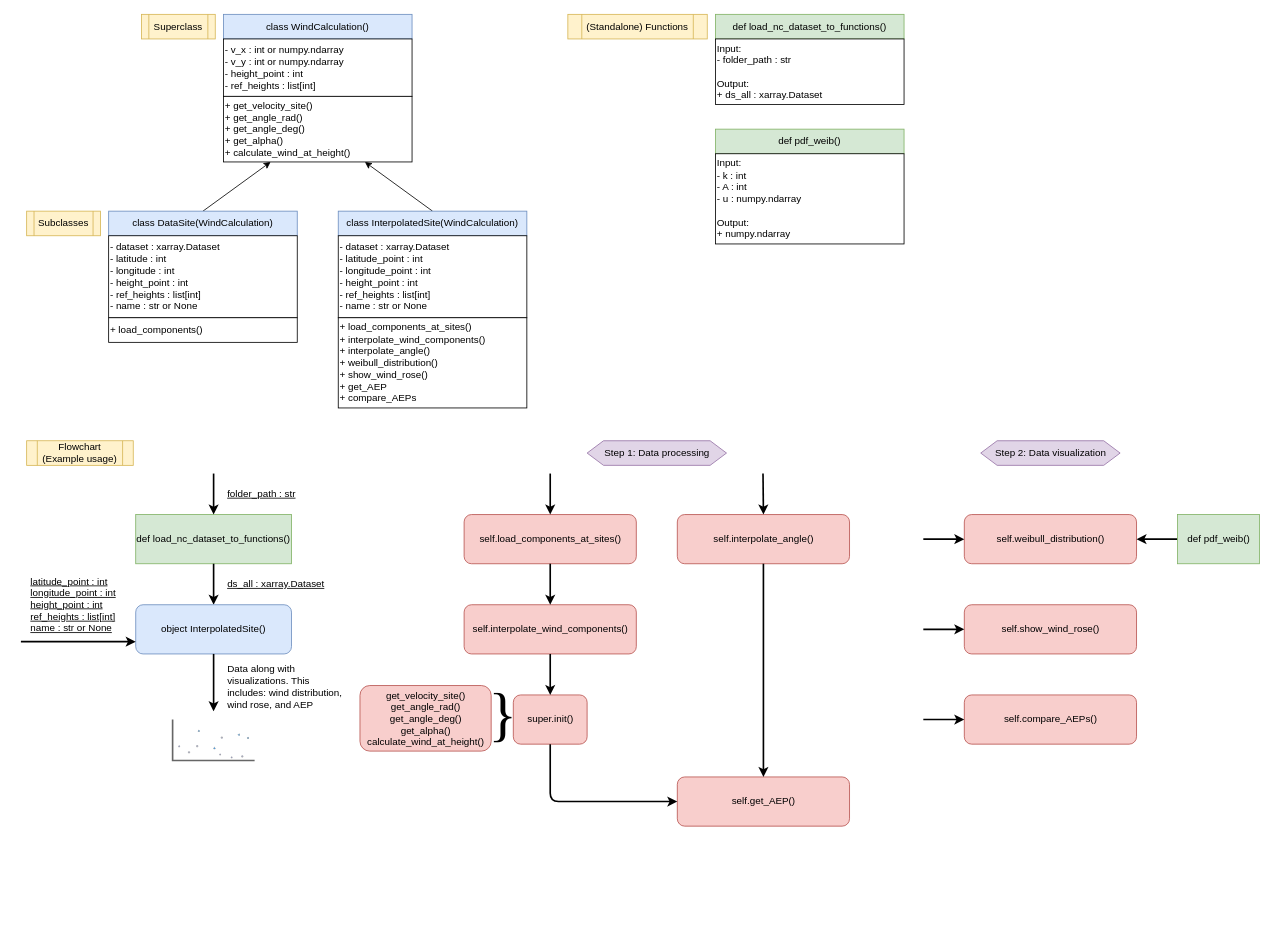
DTUWindEducation/final-project-grustlers keeps this draw.io diagram as FunctionDiagram.drawio. Above is the earlier version. Source tidied: cells renumbered, new cells numbered last; positions are measured from the earlier drawing's top-left corner, leaving out a move shared by most shapes. Both pictures are drawn from the tidied source at 82%, with x=0, y=0 at pixel (20, 14).
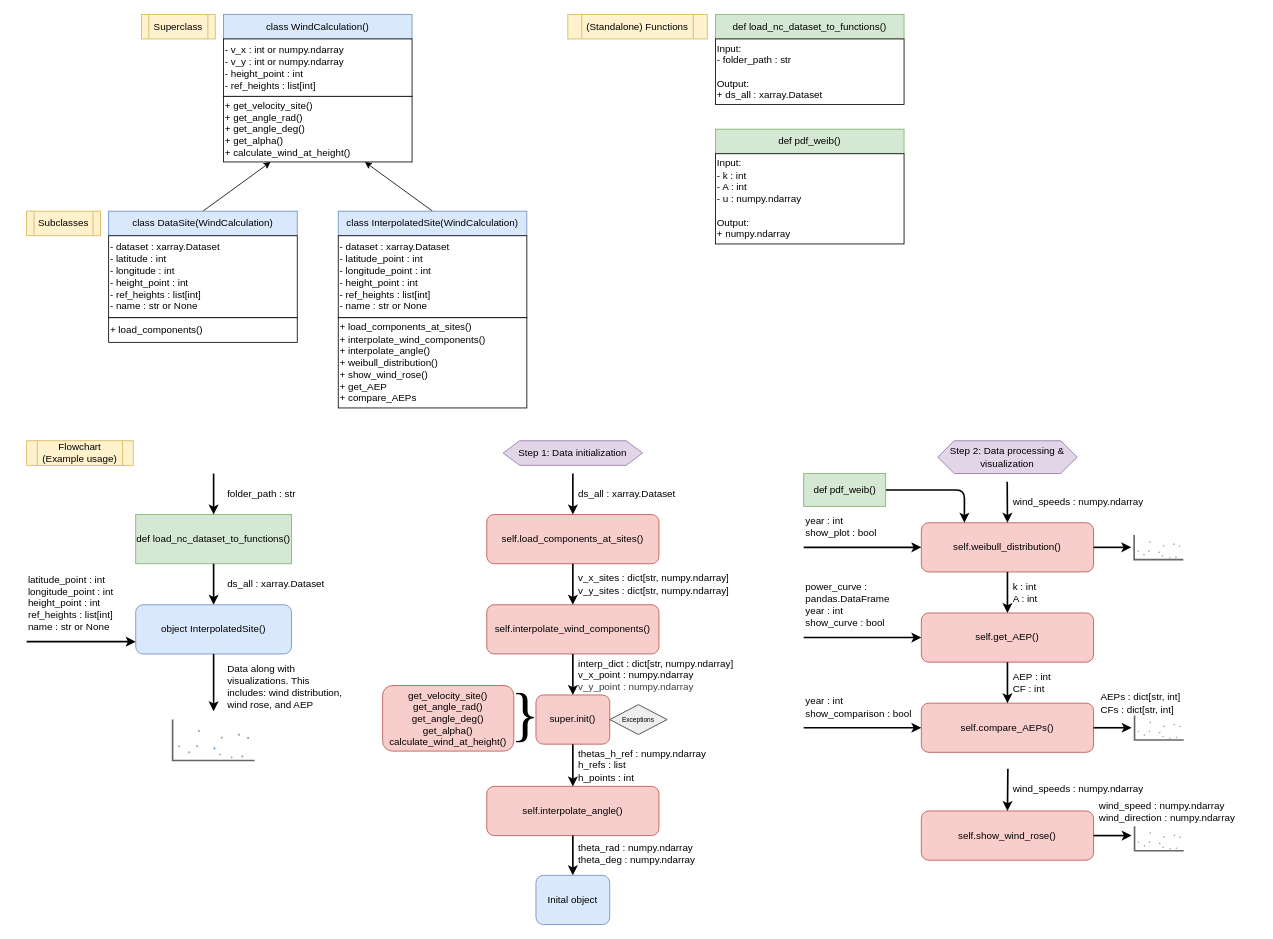
The same page after the edit.

Commit message (it also covers changes not shown here):
Finished example usage flowchart (still missing exceptions)

Unchanged cells that the change refers to:
```xml
<mxCell id="26" value="object InterpolatedSite()" style="rounded=1;whiteSpace=wrap;html=1;fillColor=#dae8fc;strokeColor=#6c8ebf;" parent="1" vertex="1">
  <mxGeometry x="140" y="720" width="190" height="60" as="geometry" />
</mxCell>
```

What changed in the source:
```diff
@@
-    <mxCell id="23" value="&lt;u&gt;folder_path : str&lt;/u&gt;" style="text;html=1;align=left;verticalAlign=middle;whiteSpace=wrap;rounded=0;" parent="1" vertex="1">
+    <mxCell id="23" value="folder_path : str" style="text;html=1;align=left;verticalAlign=middle;whiteSpace=wrap;rounded=0;" parent="1" vertex="1">
       <mxGeometry x="250" y="570" width="150" height="30" as="geometry" />
     </mxCell>
@@
-    <mxCell id="25" value="&lt;u&gt;ds_all : xarray.Dataset&lt;/u&gt;" style="text;html=1;align=left;verticalAlign=middle;whiteSpace=wrap;rounded=0;" parent="1" vertex="1">
+    <mxCell id="25" value="ds_all : xarray.Dataset" style="text;html=1;align=left;verticalAlign=middle;whiteSpace=wrap;rounded=0;" parent="1" vertex="1">
       <mxGeometry x="250" y="680" width="150" height="30" as="geometry" />
     </mxCell>
@@
     <mxCell id="27" style="endArrow=classic;html=1;entryX=0;entryY=0.75;entryDx=0;entryDy=0;strokeWidth=2;" parent="1" edge="1" target="26">
       <mxGeometry relative="1" as="geometry">
-        <mxPoint y="765" as="sourcePoint" />
+        <mxPoint x="7" y="765" as="sourcePoint" />
       </mxGeometry>
     </mxCell>
-    <mxCell id="28" value="&lt;div style=&quot;&quot;&gt;&lt;u&gt;latitude_point : int&lt;/u&gt;&lt;/div&gt;&lt;div style=&quot;&quot;&gt;&lt;u&gt;longitude_point : int&lt;/u&gt;&lt;/div&gt;&lt;span style=&quot;background-color: transparent;&quot;&gt;&lt;u&gt;height_point : int&lt;/u&gt;&lt;/span&gt;&lt;div style=&quot;&quot;&gt;&lt;u&gt;ref_heights : list[int]&lt;/u&gt;&lt;/div&gt;&lt;div style=&quot;&quot;&gt;&lt;u&gt;name : str or None&lt;/u&gt;&lt;/div&gt;" style="text;html=1;align=left;verticalAlign=middle;whiteSpace=wrap;rounded=0;" parent="1" vertex="1">
-      <mxGeometry x="10" y="680" width="120" height="80" as="geometry" />
-    </mxCell>
@@
     <mxCell id="32" value="self.load_components_at_sites()" style="rounded=1;whiteSpace=wrap;html=1;fillColor=#f8cecc;strokeColor=#b85450;" parent="1" vertex="1">
-      <mxGeometry x="540.5" y="610" width="210" height="60" as="geometry" />
+      <mxGeometry x="568.1" y="610" width="210" height="60" as="geometry" />
     </mxCell>
     <mxCell id="33" value="self.interpolate_wind_components()" style="rounded=1;whiteSpace=wrap;html=1;fillColor=#f8cecc;strokeColor=#b85450;" parent="1" vertex="1">
-      <mxGeometry x="540.5" y="720" width="210" height="60" as="geometry" />
+      <mxGeometry x="568.1" y="720" width="210" height="60" as="geometry" />
     </mxCell>
     <mxCell id="34" value="super.init()" style="rounded=1;whiteSpace=wrap;html=1;fillColor=#f8cecc;strokeColor=#b85450;" parent="1" vertex="1">
-      <mxGeometry x="600.5" y="830" width="90" height="60" as="geometry" />
+      <mxGeometry x="628.1" y="830" width="90" height="60" as="geometry" />
     </mxCell>
     <mxCell id="35" value="self.interpolate_angle()" style="rounded=1;whiteSpace=wrap;html=1;fillColor=#f8cecc;strokeColor=#b85450;" parent="1" vertex="1">
-      <mxGeometry x="800.5" y="610" width="210" height="60" as="geometry" />
+      <mxGeometry x="568.1" y="941.5" width="210" height="60" as="geometry" />
     </mxCell>
     <mxCell id="36" value="self.weibull_distribution()" style="rounded=1;whiteSpace=wrap;html=1;fillColor=#f8cecc;strokeColor=#b85450;" parent="1" vertex="1">
-      <mxGeometry x="1150.5" y="610" width="210" height="60" as="geometry" />
+      <mxGeometry x="1098.1" y="620" width="210" height="60" as="geometry" />
     </mxCell>
     <mxCell id="37" value="self.get_AEP()" style="rounded=1;whiteSpace=wrap;html=1;fillColor=#f8cecc;strokeColor=#b85450;" parent="1" vertex="1">
-      <mxGeometry x="800.5" y="930" width="210" height="60" as="geometry" />
+      <mxGeometry x="1098.1" y="730" width="210" height="60" as="geometry" />
     </mxCell>
     <mxCell id="38" value="self.compare_AEPs()" style="rounded=1;whiteSpace=wrap;html=1;fillColor=#f8cecc;strokeColor=#b85450;" parent="1" vertex="1">
-      <mxGeometry x="1150.5" y="830" width="210" height="60" as="geometry" />
+      <mxGeometry x="1098.1" y="840" width="210" height="60" as="geometry" />
     </mxCell>
     <mxCell id="39" value="self.show_wind_rose()" style="rounded=1;whiteSpace=wrap;html=1;fillColor=#f8cecc;strokeColor=#b85450;" parent="1" vertex="1">
-      <mxGeometry x="1150.5" y="720" width="210" height="60" as="geometry" />
+      <mxGeometry x="1098.1" y="971.5" width="210" height="60" as="geometry" />
     </mxCell>
-    <mxCell id="40" value="Step 1: Data processing" style="shape=hexagon;perimeter=hexagonPerimeter2;whiteSpace=wrap;html=1;fixedSize=1;fillColor=#e1d5e7;strokeColor=#9673a6;" parent="1" vertex="1">
-      <mxGeometry x="690.5" y="520" width="170" height="30" as="geometry" />
+    <mxCell id="40" value="Step 1: Data initialization" style="shape=hexagon;perimeter=hexagonPerimeter2;whiteSpace=wrap;html=1;fixedSize=1;fillColor=#e1d5e7;strokeColor=#9673a6;" parent="1" vertex="1">
+      <mxGeometry x="588.1" y="520" width="170" height="30" as="geometry" />
     </mxCell>
-    <mxCell id="41" value="Step 2: Data visualization" style="shape=hexagon;perimeter=hexagonPerimeter2;whiteSpace=wrap;html=1;fixedSize=1;fillColor=#e1d5e7;strokeColor=#9673a6;" parent="1" vertex="1">
-      <mxGeometry x="1170.5" y="520" width="170" height="30" as="geometry" />
+    <mxCell id="41" value="Step 2: Data processing &amp;amp; visualization" style="shape=hexagon;perimeter=hexagonPerimeter2;whiteSpace=wrap;html=1;fixedSize=1;fillColor=#e1d5e7;strokeColor=#9673a6;" parent="1" vertex="1">
+      <mxGeometry x="1118.1" y="520" width="170" height="40" as="geometry" />
     </mxCell>
-    <mxCell id="42" style="endArrow=classic;html=1;strokeWidth=2;exitX=0.5;exitY=1;exitDx=0;exitDy=0;entryX=0;entryY=0.5;entryDx=0;entryDy=0;" parent="1" edge="1" source="34" target="37">
-      <mxGeometry relative="1" as="geometry">
-        <Array as="points">
-          <mxPoint x="645.5" y="960" />
-        </Array>
-      </mxGeometry>
+    <mxCell id="42" style="endArrow=classic;html=1;strokeWidth=2;exitX=0.5;exitY=1;exitDx=0;exitDy=0;entryX=0.5;entryY=0;entryDx=0;entryDy=0;" parent="1" edge="1" source="34" target="35">
+      <mxGeometry relative="1" as="geometry" />
     </mxCell>
-    <mxCell id="43" style="endArrow=classic;html=1;strokeWidth=2;exitX=0.5;exitY=1;exitDx=0;exitDy=0;entryX=0.5;entryY=0;entryDx=0;entryDy=0;" parent="1" edge="1" source="35" target="37">
+    <mxCell id="43" style="endArrow=classic;html=1;strokeWidth=2;exitX=0.5;exitY=1;exitDx=0;exitDy=0;entryX=0.5;entryY=0;entryDx=0;entryDy=0;" parent="1" edge="1" source="35" target="58">
       <mxGeometry relative="1" as="geometry" />
     </mxCell>
     <mxCell id="44" style="endArrow=classic;html=1;entryX=0.5;entryY=0;entryDx=0;entryDy=0;strokeWidth=2;" parent="1" edge="1" target="32">
       <mxGeometry relative="1" as="geometry">
-        <mxPoint x="645.5" y="560" as="sourcePoint" />
+        <mxPoint x="673.1" y="560" as="sourcePoint" />
       </mxGeometry>
     </mxCell>
-    <mxCell id="45" style="endArrow=classic;html=1;entryX=0.5;entryY=0;entryDx=0;entryDy=0;strokeWidth=2;" parent="1" edge="1" target="35">
-      <mxGeometry relative="1" as="geometry">
-        <mxPoint x="905" y="560" as="sourcePoint" />
-      </mxGeometry>
-    </mxCell>
@@
     <mxCell id="48" style="endArrow=classic;html=1;entryX=0;entryY=0.5;entryDx=0;entryDy=0;strokeWidth=2;" parent="1" edge="1" target="36">
       <mxGeometry relative="1" as="geometry">
-        <mxPoint x="1100.5" y="640" as="sourcePoint" />
+        <mxPoint x="954.6" y="650" as="sourcePoint" />
       </mxGeometry>
     </mxCell>
-    <mxCell id="49" style="endArrow=classic;html=1;entryX=0;entryY=0.5;entryDx=0;entryDy=0;strokeWidth=2;" parent="1" edge="1" target="39">
+    <mxCell id="49" style="endArrow=classic;html=1;strokeWidth=2;exitX=1;exitY=0.5;exitDx=0;exitDy=0;" parent="1" edge="1" source="39">
       <mxGeometry relative="1" as="geometry">
-        <mxPoint x="1100.5" y="750" as="sourcePoint" />
+        <mxPoint x="1354.6" y="1001.5" as="targetPoint" />
       </mxGeometry>
     </mxCell>
     <mxCell id="50" style="endArrow=classic;html=1;entryX=0;entryY=0.5;entryDx=0;entryDy=0;strokeWidth=2;" parent="1" edge="1" target="38">
       <mxGeometry relative="1" as="geometry">
-        <mxPoint x="1100.5" y="860" as="sourcePoint" />
+        <mxPoint x="954.6" y="870" as="sourcePoint" />
       </mxGeometry>
     </mxCell>
-    <mxCell id="51" style="endArrow=classic;html=1;entryX=1;entryY=0.5;entryDx=0;entryDy=0;strokeWidth=2;exitX=0;exitY=0.5;exitDx=0;exitDy=0;" parent="1" edge="1" source="52" target="36">
-      <mxGeometry relative="1" as="geometry" />
+    <mxCell id="51" style="endArrow=classic;html=1;entryX=0.25;entryY=0;entryDx=0;entryDy=0;strokeWidth=2;exitX=1;exitY=0.5;exitDx=0;exitDy=0;" parent="1" edge="1" source="52" target="36">
+      <mxGeometry relative="1" as="geometry">
+        <Array as="points">
+          <mxPoint x="1150.6" y="580" />
+        </Array>
+      </mxGeometry>
     </mxCell>
     <mxCell id="52" value="def pdf_weib()" style="rounded=0;whiteSpace=wrap;html=1;fillColor=#d5e8d4;strokeColor=#82b366;" parent="1" vertex="1">
-      <mxGeometry x="1410.5" y="610" width="100" height="60" as="geometry" />
+      <mxGeometry x="954.6" y="560" width="100" height="40" as="geometry" />
     </mxCell>
     <mxCell id="53" value="&lt;span style=&quot;color: rgb(0, 0, 0);&quot;&gt;get_velocity_site()&lt;/span&gt;&lt;div style=&quot;&quot;&gt;get_angle_rad()&lt;/div&gt;&lt;div style=&quot;&quot;&gt;get_angle_deg()&lt;/div&gt;&lt;div style=&quot;&quot;&gt;get_alpha()&lt;/div&gt;&lt;div style=&quot;&quot;&gt;calculate_wind_at_height()&lt;/div&gt;" style="rounded=1;whiteSpace=wrap;html=1;fillColor=#f8cecc;strokeColor=#b85450;align=center;" parent="1" vertex="1">
-      <mxGeometry x="413.5" y="818.5" width="160" height="80" as="geometry" />
+      <mxGeometry x="441.1" y="818.5" width="160" height="80" as="geometry" />
     </mxCell>
     <mxCell id="54" value="&lt;font style=&quot;font-size: 72px;&quot;&gt;}&lt;/font&gt;" style="text;html=1;align=center;verticalAlign=middle;whiteSpace=wrap;rounded=0;fontStyle=0;fontFamily=Times New Roman;" parent="1" vertex="1">
-      <mxGeometry x="557.5" y="813.5" width="60" height="80" as="geometry" />
+      <mxGeometry x="585.1" y="813.5" width="60" height="80" as="geometry" />
     </mxCell>
+    <mxCell id="55" value="v_x_sites : dict[str, numpy.ndarray]&lt;div&gt;v_y_sites : dict[str, numpy.ndarray]&lt;u&gt;&lt;/u&gt;&lt;/div&gt;" style="text;html=1;align=left;verticalAlign=middle;whiteSpace=wrap;rounded=0;" parent="1" vertex="1">
+      <mxGeometry x="678.1" y="680" width="186.5" height="30" as="geometry" />
+    </mxCell>
+    <mxCell id="56" value="interp_dict : dict[str, numpy.ndarray]&lt;div&gt;v_x_point : numpy.ndarray&lt;/div&gt;&lt;div&gt;&lt;span style=&quot;color: rgb(63, 63, 63);&quot;&gt;v_y_point : numpy.ndarray&lt;/span&gt;&lt;u&gt;&lt;/u&gt;&lt;/div&gt;" style="text;html=1;align=left;verticalAlign=middle;whiteSpace=wrap;rounded=0;" parent="1" vertex="1">
+      <mxGeometry x="678.1" y="780" width="196.5" height="51.5" as="geometry" />
+    </mxCell>
+    <mxCell id="57" style="endArrow=classic;html=1;entryX=0.5;entryY=0;entryDx=0;entryDy=0;strokeWidth=2;exitX=0.5;exitY=1;exitDx=0;exitDy=0;" parent="1" edge="1" source="36" target="37">
+      <mxGeometry relative="1" as="geometry" />
+    </mxCell>
+    <mxCell id="58" value="Inital object" style="rounded=1;whiteSpace=wrap;html=1;fillColor=#dae8fc;strokeColor=#6c8ebf;" parent="1" vertex="1">
+      <mxGeometry x="628.1" y="1050" width="90" height="60" as="geometry" />
+    </mxCell>
+    <mxCell id="59" style="endArrow=classic;html=1;strokeWidth=2;exitX=0.5;exitY=1;exitDx=0;exitDy=0;entryX=0.5;entryY=0;entryDx=0;entryDy=0;" parent="1" edge="1" source="37" target="38">
+      <mxGeometry relative="1" as="geometry" />
+    </mxCell>
+    <mxCell id="60" style="endArrow=classic;html=1;strokeWidth=2;entryX=0;entryY=0.5;entryDx=0;entryDy=0;" parent="1" edge="1" target="37">
+      <mxGeometry relative="1" as="geometry">
+        <mxPoint x="954.6" y="760" as="sourcePoint" />
+      </mxGeometry>
+    </mxCell>
+    <mxCell id="61" value="year : int&lt;div&gt;show_plot : bool&lt;/div&gt;" style="text;html=1;align=left;verticalAlign=middle;whiteSpace=wrap;rounded=0;" parent="1" vertex="1">
+      <mxGeometry x="954.6" y="610" width="130" height="30" as="geometry" />
+    </mxCell>
+    <mxCell id="62" style="endArrow=classic;html=1;entryX=0.5;entryY=0;entryDx=0;entryDy=0;strokeWidth=2;exitX=0.5;exitY=1;exitDx=0;exitDy=0;" parent="1" edge="1" target="36">
+      <mxGeometry relative="1" as="geometry">
+        <mxPoint x="1202.8" y="570" as="sourcePoint" />
+      </mxGeometry>
+    </mxCell>
+    <mxCell id="63" value="wind_speeds : numpy.ndarray" style="text;html=1;align=left;verticalAlign=middle;whiteSpace=wrap;rounded=0;" parent="1" vertex="1">
+      <mxGeometry x="1208.1" y="580" width="166.5" height="30" as="geometry" />
+    </mxCell>
+    <mxCell id="64" value="k : int&lt;div&gt;A : int&lt;/div&gt;" style="text;html=1;align=left;verticalAlign=middle;whiteSpace=wrap;rounded=0;" parent="1" vertex="1">
+      <mxGeometry x="1208.1" y="690" width="166.5" height="30" as="geometry" />
+    </mxCell>
+    <mxCell id="65" value="&lt;div&gt;power_curve : pandas.DataFrame&lt;/div&gt;year : int&lt;div&gt;show_curve : bool&lt;/div&gt;" style="text;html=1;align=left;verticalAlign=middle;whiteSpace=wrap;rounded=0;" parent="1" vertex="1">
+      <mxGeometry x="954.6" y="690" width="130" height="60" as="geometry" />
+    </mxCell>
+    <mxCell id="28" value="&lt;div&gt;latitude_point : int&lt;/div&gt;&lt;div&gt;longitude_point : int&lt;/div&gt;&lt;span style=&quot;background-color: transparent;&quot;&gt;height_point : int&lt;/span&gt;&lt;div&gt;ref_heights : list[int]&lt;/div&gt;&lt;div&gt;name : str or None&lt;/div&gt;" style="text;html=1;align=left;verticalAlign=middle;whiteSpace=wrap;rounded=0;" parent="1" vertex="1">
+      <mxGeometry x="7" y="680" width="150" height="75" as="geometry" />
+    </mxCell>
+    <mxCell id="66" value="year : int&lt;div&gt;show_comparison : bool&lt;/div&gt;" style="text;html=1;align=left;verticalAlign=middle;whiteSpace=wrap;rounded=0;" parent="1" vertex="1">
+      <mxGeometry x="954.6" y="830" width="140" height="30" as="geometry" />
+    </mxCell>
+    <mxCell id="67" value="&lt;font style=&quot;font-size: 8px;&quot;&gt;Exceptions&lt;/font&gt;" style="rhombus;whiteSpace=wrap;html=1;fillColor=#eeeeee;strokeColor=#36393d;" parent="1" vertex="1">
+      <mxGeometry x="718.1" y="841.8" width="70" height="36.5" as="geometry" />
+    </mxCell>
+    <mxCell id="68" value="AEP : int&lt;div&gt;CF : int&lt;/div&gt;" style="text;html=1;align=left;verticalAlign=middle;whiteSpace=wrap;rounded=0;" parent="1" vertex="1">
+      <mxGeometry x="1208.1" y="800" width="166.5" height="30" as="geometry" />
+    </mxCell>
+    <mxCell id="69" style="endArrow=classic;html=1;strokeWidth=2;exitX=1;exitY=0.5;exitDx=0;exitDy=0;" parent="1" edge="1" source="38">
+      <mxGeometry relative="1" as="geometry">
+        <mxPoint x="1354.6" y="870" as="targetPoint" />
+      </mxGeometry>
+    </mxCell>
+    <mxCell id="70" value="AEPs : dict[str, int]&lt;div&gt;CFs : dict[str, int]&lt;/div&gt;" style="text;html=1;align=left;verticalAlign=middle;whiteSpace=wrap;rounded=0;" parent="1" vertex="1">
+      <mxGeometry x="1314.6" y="825" width="166.5" height="30" as="geometry" />
+    </mxCell>
+    <mxCell id="71" value="wind_speed : numpy.ndarray&lt;div&gt;wind_direction :&amp;nbsp;&lt;span style=&quot;color: rgb(0, 0, 0); background-color: transparent;&quot;&gt;numpy.ndarray&lt;/span&gt;&lt;/div&gt;" style="text;html=1;align=left;verticalAlign=middle;whiteSpace=wrap;rounded=0;" parent="1" vertex="1">
+      <mxGeometry x="1312.9" y="956.5" width="170" height="30" as="geometry" />
+    </mxCell>
+    <mxCell id="72" value="wind_speeds : numpy.ndarray" style="text;html=1;align=left;verticalAlign=middle;whiteSpace=wrap;rounded=0;" parent="1" vertex="1">
+      <mxGeometry x="1208.1" y="930" width="166.5" height="30" as="geometry" />
+    </mxCell>
+    <mxCell id="73" style="endArrow=classic;html=1;strokeWidth=2;entryX=0.5;entryY=0;entryDx=0;entryDy=0;" parent="1" edge="1" target="39">
+      <mxGeometry relative="1" as="geometry">
+        <mxPoint x="1203.6" y="920" as="sourcePoint" />
+      </mxGeometry>
+    </mxCell>
+    <mxCell id="74" value="ds_all : xarray.Dataset" style="text;html=1;align=left;verticalAlign=middle;whiteSpace=wrap;rounded=0;" parent="1" vertex="1">
+      <mxGeometry x="678.1" y="570" width="150" height="30" as="geometry" />
+    </mxCell>
+    <mxCell id="75" value="thetas_h_ref : numpy.ndarray&lt;div&gt;h_refs : list&lt;/div&gt;&lt;div&gt;h_points : int&lt;/div&gt;" style="text;html=1;align=left;verticalAlign=middle;whiteSpace=wrap;rounded=0;" parent="1" vertex="1">
+      <mxGeometry x="678.1" y="890" width="196.5" height="51.5" as="geometry" />
+    </mxCell>
+    <mxCell id="76" value="theta_rad : numpy.ndarray&lt;div&gt;theta_deg : numpy.ndarray&lt;/div&gt;" style="text;html=1;align=left;verticalAlign=middle;whiteSpace=wrap;rounded=0;" parent="1" vertex="1">
+      <mxGeometry x="678.1" y="998.5" width="196.5" height="51.5" as="geometry" />
+    </mxCell>
+    <mxCell id="77" style="verticalLabelPosition=bottom;shadow=0;dashed=0;align=center;html=1;verticalAlign=top;strokeWidth=1;shape=mxgraph.mockup.graphics.plotChart;strokeColor=none;strokeColor2=#aaaaaa;strokeColor3=#666666;fillColor2=#99aaff,#0022ff,#008cff;" parent="1" vertex="1">
+      <mxGeometry x="1358.1" y="990" width="60" height="30" as="geometry" />
+    </mxCell>
+    <mxCell id="78" style="verticalLabelPosition=bottom;shadow=0;dashed=0;align=center;html=1;verticalAlign=top;strokeWidth=1;shape=mxgraph.mockup.graphics.plotChart;strokeColor=none;strokeColor2=#aaaaaa;strokeColor3=#666666;fillColor2=#99aaff,#0022ff,#008cff;" parent="1" vertex="1">
+      <mxGeometry x="1358.1" y="855" width="60" height="30" as="geometry" />
+    </mxCell>
+    <mxCell id="79" style="endArrow=classic;html=1;strokeWidth=2;exitX=1;exitY=0.5;exitDx=0;exitDy=0;" parent="1" edge="1" source="36">
+      <mxGeometry relative="1" as="geometry">
+        <mxPoint x="1354.1" y="650" as="targetPoint" />
+      </mxGeometry>
+    </mxCell>
+    <mxCell id="80" style="verticalLabelPosition=bottom;shadow=0;dashed=0;align=center;html=1;verticalAlign=top;strokeWidth=1;shape=mxgraph.mockup.graphics.plotChart;strokeColor=none;strokeColor2=#aaaaaa;strokeColor3=#666666;fillColor2=#99aaff,#0022ff,#008cff;" parent="1" vertex="1">
+      <mxGeometry x="1357.6" y="635" width="60" height="30" as="geometry" />
+    </mxCell>
```
